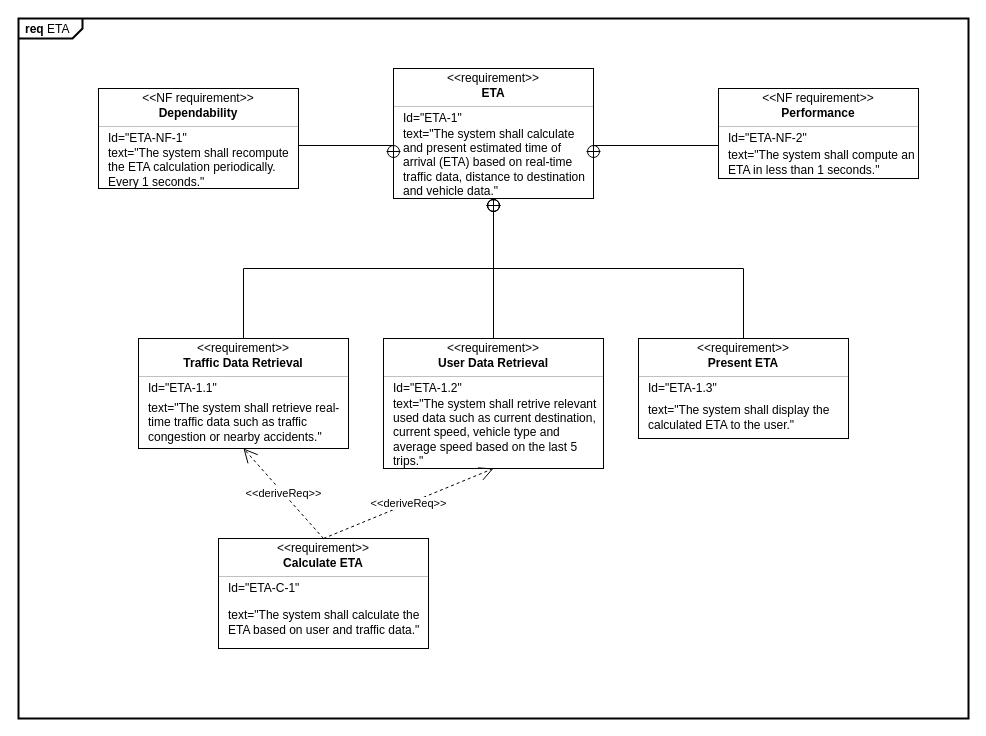
Above: Diagrams/Requirement/Yaros/ETA_req.drawio in luislamy/msp (draw.io), before the change. Source tidied: cells renumbered, new cells numbered last; positions are measured from the earlier drawing's top-left corner, leaving out a move shared by most shapes. Both pictures are drawn from the tidied source at 100%, with x=0, y=0 at pixel (18, 18).
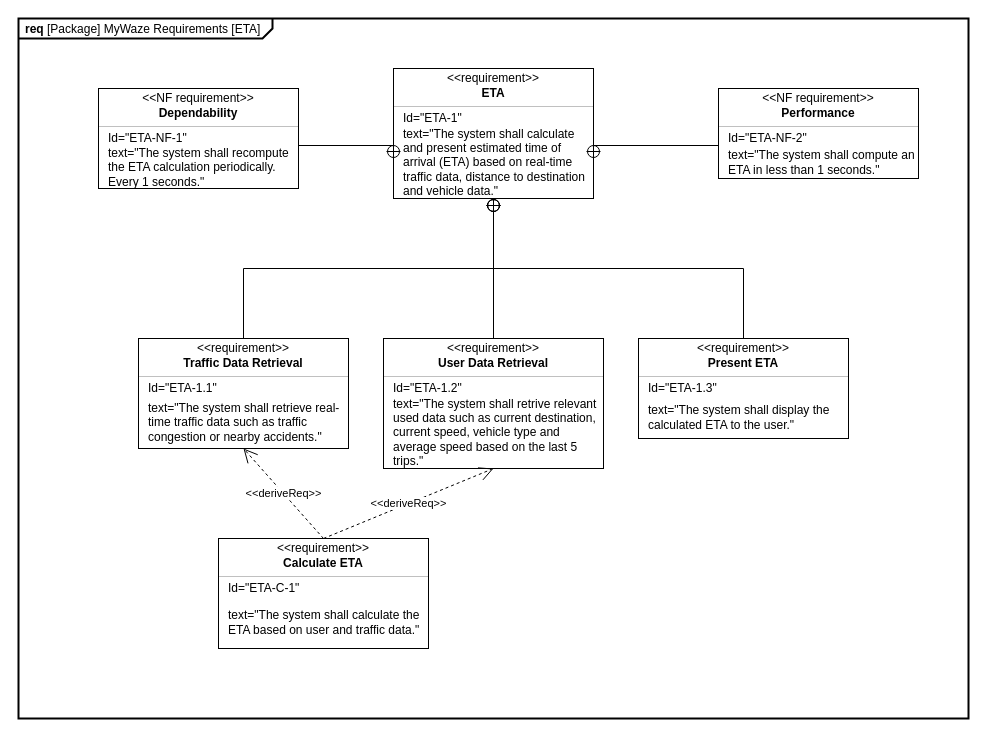
Above is the later version.

The edit, as a diff of the source:
```diff
@@
-    <mxCell id="2" value="&lt;p style=&quot;margin:0px;margin-top:4px;margin-left:7px;text-align:left;&quot;&gt;&lt;b&gt;req&lt;/b&gt;&amp;nbsp;ETA&lt;/p&gt;" style="html=1;shape=mxgraph.sysml.package;overflow=fill;labelX=64.42;strokeWidth=2;align=center;" parent="1" vertex="1">
+    <mxCell id="2" value="&lt;p style=&quot;margin:0px;margin-top:4px;margin-left:7px;text-align:left;&quot;&gt;&lt;b&gt;req&lt;/b&gt;&amp;nbsp;&lt;span style=&quot;background-color: transparent; color: light-dark(rgb(0, 0, 0), rgb(255, 255, 255));&quot;&gt;[Package] MyWaze Requirements [&lt;/span&gt;&lt;span style=&quot;background-color: transparent; color: light-dark(rgb(0, 0, 0), rgb(255, 255, 255));&quot;&gt;ETA]&lt;/span&gt;&lt;/p&gt;" style="html=1;shape=mxgraph.sysml.package;overflow=fill;labelX=254.4;strokeWidth=2;align=center;" parent="1" vertex="1">
       <mxGeometry width="950" height="700" as="geometry" />
     </mxCell>
```
